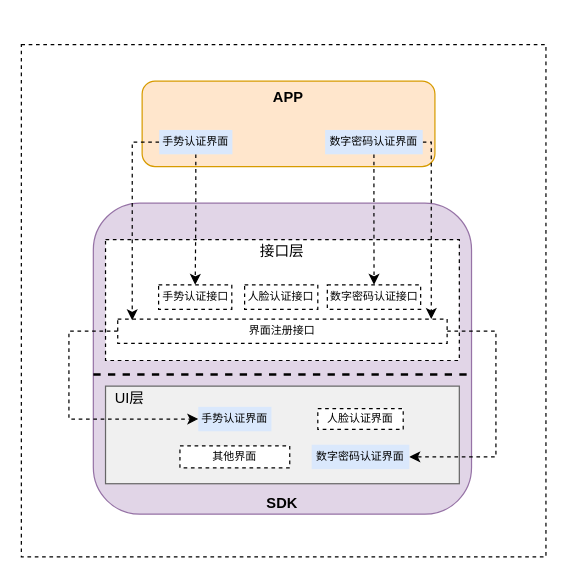
The draw.io diagram UIKit自定义_继承.drawio in mobof/Koal, before the edit. Source tidied: cells renumbered, new cells numbered last; positions are measured from the earlier drawing's top-left corner, leaving out a move shared by most shapes. Both pictures are drawn from the tidied source at 122%, with x=0, y=0 at pixel (21, 44).
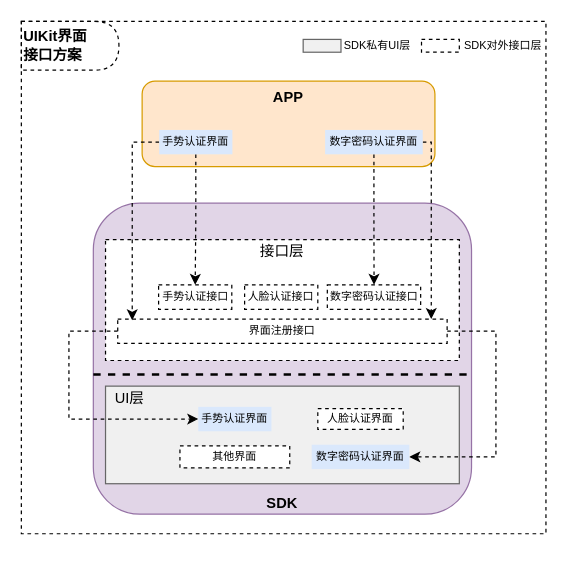
Above is the later version.

Commit message (it also covers changes not shown here):
Update UIKit自定义_接口.drawio

Change to the diagram source:
```diff
@@
+    <mxCell id="25" style="rounded=0;whiteSpace=wrap;html=1;strokeColor=#000000;fontSize=9;fillColor=none;dashed=1;" parent="1" vertex="1">
+      <mxGeometry y="-19" width="430" height="420" as="geometry" />
+    </mxCell>
@@
-    <mxCell id="25" style="rounded=0;whiteSpace=wrap;html=1;strokeColor=#000000;fontSize=9;fillColor=none;dashed=1;" parent="1" vertex="1">
-      <mxGeometry width="430" height="420" as="geometry" />
-    </mxCell>
+    <mxCell id="26" value="UIKit界面&lt;br style=&quot;font-size: 12px&quot;&gt;接口方案" style="shape=delay;whiteSpace=wrap;html=1;dashed=1;strokeColor=#000000;gradientColor=none;fontSize=12;fontColor=none;align=left;fillColor=none;fontStyle=1;" parent="1" vertex="1">
+      <mxGeometry y="-19" width="80" height="40" as="geometry" />
+    </mxCell>
+    <mxCell id="27" style="rounded=0;whiteSpace=wrap;html=1;dashed=1;align=left;" parent="1" vertex="1">
+      <mxGeometry x="328" y="-4.2" width="31" height="10.5" as="geometry" />
+    </mxCell>
+    <mxCell id="28" value="SDK对外接口层" style="text;html=1;strokeColor=none;fillColor=none;align=center;verticalAlign=middle;whiteSpace=wrap;rounded=0;dashed=1;fontSize=9;" parent="1" vertex="1">
+      <mxGeometry x="360" y="-9" width="70" height="20" as="geometry" />
+    </mxCell>
+    <mxCell id="29" value="SDK私有UI层" style="text;html=1;strokeColor=none;fillColor=none;align=center;verticalAlign=middle;whiteSpace=wrap;rounded=0;dashed=1;fontSize=9;" parent="1" vertex="1">
+      <mxGeometry x="257.2" y="-9" width="70" height="20" as="geometry" />
+    </mxCell>
+    <mxCell id="30" style="rounded=0;whiteSpace=wrap;html=1;align=left;strokeColor=#666666;fontColor=#333333;fillColor=#F0F0F0;" parent="1" vertex="1">
+      <mxGeometry x="231" y="-4.2" width="31" height="10.5" as="geometry" />
+    </mxCell>
```
